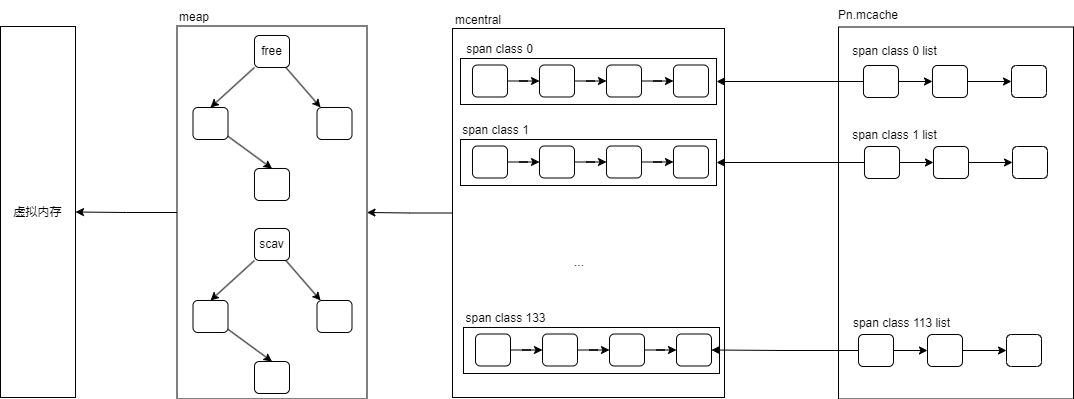
Before: go/golang内存分配模型.png, a diagram exported from draw.io (xmopen/drawio). Source tidied: cells renumbered, new cells last; positions are measured from the earlier drawing's top-left corner, leaving out a move shared by most shapes.
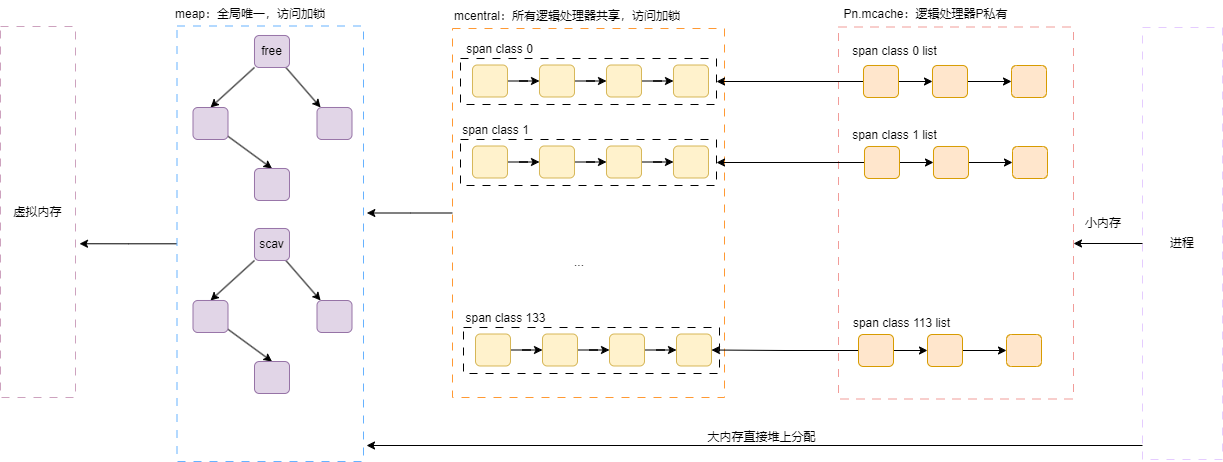
After the change.

Commit message:
更新golang内存分配模型.png

Diff of the diagram source:
```diff
@@ -2,14 +2,16 @@
   <root>
     <mxCell id="0" />
     <mxCell id="1" parent="0" />
-    <mxCell id="2" value="虚拟内存" style="rounded=0;whiteSpace=wrap;html=1;" parent="1" vertex="1">
+    <mxCell id="2" value="虚拟内存" style="rounded=0;whiteSpace=wrap;html=1;dashed=1;dashPattern=8 8;strokeColor=#CDA2BE;" parent="1" vertex="1">
       <mxGeometry y="26" width="75" height="371" as="geometry" />
     </mxCell>
-    <mxCell id="3" style="edgeStyle=orthogonalEdgeStyle;rounded=0;jettySize=auto;html=1;" parent="1" edge="1" source="4" target="2">
-      <mxGeometry relative="1" as="geometry" />
-    </mxCell>
+    <mxCell id="74" style="edgeStyle=orthogonalEdgeStyle;rounded=0;jettySize=auto;html=1;" parent="1" edge="1" source="4">
+      <mxGeometry relative="1" as="geometry">
+        <mxPoint x="79" y="243.2" as="targetPoint" />
+      </mxGeometry>
+    </mxCell>
-    <mxCell id="4" style="rounded=0;whiteSpace=wrap;html=1;" parent="1" vertex="1">
-      <mxGeometry x="176.5" y="25.5" width="190" height="373" as="geometry" />
+    <mxCell id="4" style="rounded=0;whiteSpace=wrap;html=1;dashed=1;dashPattern=8 8;strokeColor=#66B2FF;" parent="1" vertex="1">
+      <mxGeometry x="176.5" y="25.5" width="186.5" height="435.5" as="geometry" />
     </mxCell>
     <mxCell id="5" style="rounded=0;jettySize=auto;html=1;entryX=0.5;entryY=0;entryDx=0;entryDy=0;" parent="1" edge="1" source="7" target="9">
       <mxGeometry relative="1" as="geometry" />
@@ -17,19 +19,19 @@
     <mxCell id="6" style="rounded=0;jettySize=auto;html=1;" parent="1" edge="1" source="7" target="10">
       <mxGeometry relative="1" as="geometry" />
     </mxCell>
-    <mxCell id="7" value="free" style="rounded=1;whiteSpace=wrap;html=1;" parent="1" vertex="1">
+    <mxCell id="7" value="free" style="rounded=1;whiteSpace=wrap;html=1;fillColor=#e1d5e7;strokeColor=#9673a6;" parent="1" vertex="1">
       <mxGeometry x="254" y="35" width="35" height="32" as="geometry" />
     </mxCell>
     <mxCell id="8" style="rounded=0;jettySize=auto;html=1;entryX=0.5;entryY=0;entryDx=0;entryDy=0;" parent="1" edge="1" source="9" target="11">
       <mxGeometry relative="1" as="geometry" />
     </mxCell>
-    <mxCell id="9" style="rounded=1;whiteSpace=wrap;html=1;" parent="1" vertex="1">
+    <mxCell id="9" style="rounded=1;whiteSpace=wrap;html=1;fillColor=#e1d5e7;strokeColor=#9673a6;" parent="1" vertex="1">
       <mxGeometry x="192.5" y="107" width="35" height="32" as="geometry" />
     </mxCell>
-    <mxCell id="10" style="rounded=1;whiteSpace=wrap;html=1;" parent="1" vertex="1">
+    <mxCell id="10" style="rounded=1;whiteSpace=wrap;html=1;fillColor=#e1d5e7;strokeColor=#9673a6;" parent="1" vertex="1">
       <mxGeometry x="316.5" y="107" width="35" height="32" as="geometry" />
     </mxCell>
-    <mxCell id="11" style="rounded=1;whiteSpace=wrap;html=1;" parent="1" vertex="1">
+    <mxCell id="11" style="rounded=1;whiteSpace=wrap;html=1;fillColor=#e1d5e7;strokeColor=#9673a6;" parent="1" vertex="1">
       <mxGeometry x="254" y="168" width="35" height="32" as="geometry" />
     </mxCell>
     <mxCell id="12" style="rounded=0;jettySize=auto;html=1;entryX=0.5;entryY=0;entryDx=0;entryDy=0;" parent="1" edge="1" source="14" target="16">
@@ -38,103 +40,105 @@
     <mxCell id="13" style="rounded=0;jettySize=auto;html=1;" parent="1" edge="1" source="14" target="17">
       <mxGeometry relative="1" as="geometry" />
     </mxCell>
-    <mxCell id="14" value="scav" style="rounded=1;whiteSpace=wrap;html=1;" parent="1" vertex="1">
+    <mxCell id="14" value="scav" style="rounded=1;whiteSpace=wrap;html=1;fillColor=#e1d5e7;strokeColor=#9673a6;" parent="1" vertex="1">
       <mxGeometry x="254" y="228" width="35" height="32" as="geometry" />
     </mxCell>
     <mxCell id="15" style="rounded=0;jettySize=auto;html=1;entryX=0.5;entryY=0;entryDx=0;entryDy=0;" parent="1" edge="1" source="16" target="18">
       <mxGeometry relative="1" as="geometry" />
     </mxCell>
-    <mxCell id="16" style="rounded=1;whiteSpace=wrap;html=1;" parent="1" vertex="1">
+    <mxCell id="16" style="rounded=1;whiteSpace=wrap;html=1;fillColor=#e1d5e7;strokeColor=#9673a6;" parent="1" vertex="1">
       <mxGeometry x="192.5" y="300" width="35" height="32" as="geometry" />
     </mxCell>
-    <mxCell id="17" style="rounded=1;whiteSpace=wrap;html=1;" parent="1" vertex="1">
+    <mxCell id="17" style="rounded=1;whiteSpace=wrap;html=1;fillColor=#e1d5e7;strokeColor=#9673a6;" parent="1" vertex="1">
       <mxGeometry x="316.5" y="300" width="35" height="32" as="geometry" />
     </mxCell>
-    <mxCell id="18" style="rounded=1;whiteSpace=wrap;html=1;" parent="1" vertex="1">
+    <mxCell id="18" style="rounded=1;whiteSpace=wrap;html=1;fillColor=#e1d5e7;strokeColor=#9673a6;" parent="1" vertex="1">
       <mxGeometry x="254" y="361" width="35" height="32" as="geometry" />
     </mxCell>
-    <mxCell id="19" value="meap" style="text;html=1;strokeColor=none;fillColor=none;align=center;verticalAlign=middle;whiteSpace=wrap;rounded=0;" parent="1" vertex="1">
-      <mxGeometry x="164" y="2" width="60" height="30" as="geometry" />
+    <mxCell id="19" value="meap：全局唯一，访问加锁" style="text;html=1;strokeColor=none;fillColor=none;align=center;verticalAlign=middle;whiteSpace=wrap;rounded=0;" parent="1" vertex="1">
+      <mxGeometry x="171" y="5.5" width="158" height="16" as="geometry" />
     </mxCell>
-    <mxCell id="20" style="edgeStyle=orthogonalEdgeStyle;rounded=0;jettySize=auto;html=1;entryX=1;entryY=0.5;entryDx=0;entryDy=0;" parent="1" edge="1" source="21" target="4">
-      <mxGeometry relative="1" as="geometry" />
-    </mxCell>
+    <mxCell id="75" style="edgeStyle=orthogonalEdgeStyle;rounded=0;jettySize=auto;html=1;" parent="1" edge="1" source="21">
+      <mxGeometry relative="1" as="geometry">
+        <mxPoint x="366.3" y="212.5" as="targetPoint" />
+      </mxGeometry>
+    </mxCell>
-    <mxCell id="21" style="rounded=0;whiteSpace=wrap;html=1;" parent="1" vertex="1">
+    <mxCell id="21" style="rounded=0;whiteSpace=wrap;html=1;dashed=1;dashPattern=8 8;strokeColor=#FF9933;" parent="1" vertex="1">
       <mxGeometry x="452" y="28" width="272" height="369" as="geometry" />
     </mxCell>
-    <mxCell id="22" value="mcentral" style="text;html=1;strokeColor=none;fillColor=none;align=center;verticalAlign=middle;whiteSpace=wrap;rounded=0;" parent="1" vertex="1">
-      <mxGeometry x="448" y="5" width="60" height="30" as="geometry" />
+    <mxCell id="22" value="mcentral：所有逻辑处理器共享，访问加锁" style="text;html=1;strokeColor=none;fillColor=none;align=center;verticalAlign=middle;whiteSpace=wrap;rounded=0;" parent="1" vertex="1">
+      <mxGeometry x="448" y="5" width="238" height="21" as="geometry" />
     </mxCell>
-    <mxCell id="23" style="rounded=0;whiteSpace=wrap;html=1;" parent="1" vertex="1">
+    <mxCell id="23" style="rounded=0;whiteSpace=wrap;html=1;dashed=1;dashPattern=8 8;" parent="1" vertex="1">
       <mxGeometry x="460" y="58" width="256" height="46" as="geometry" />
     </mxCell>
     <mxCell id="24" style="edgeStyle=orthogonalEdgeStyle;rounded=0;jettySize=auto;html=1;entryX=0;entryY=0.5;entryDx=0;entryDy=0;" parent="1" edge="1" source="25" target="27">
       <mxGeometry relative="1" as="geometry" />
     </mxCell>
-    <mxCell id="25" style="rounded=1;whiteSpace=wrap;html=1;" parent="1" vertex="1">
+    <mxCell id="25" style="rounded=1;whiteSpace=wrap;html=1;fillColor=#fff2cc;strokeColor=#d6b656;" parent="1" vertex="1">
       <mxGeometry x="472" y="64.5" width="35" height="32" as="geometry" />
     </mxCell>
     <mxCell id="26" style="edgeStyle=orthogonalEdgeStyle;rounded=0;jettySize=auto;html=1;" parent="1" edge="1" source="27" target="29">
       <mxGeometry relative="1" as="geometry" />
     </mxCell>
-    <mxCell id="27" style="rounded=1;whiteSpace=wrap;html=1;" parent="1" vertex="1">
+    <mxCell id="27" style="rounded=1;whiteSpace=wrap;html=1;fillColor=#fff2cc;strokeColor=#d6b656;" parent="1" vertex="1">
       <mxGeometry x="539" y="64.5" width="35" height="32" as="geometry" />
     </mxCell>
     <mxCell id="28" style="edgeStyle=orthogonalEdgeStyle;rounded=0;jettySize=auto;html=1;" parent="1" edge="1" source="29" target="30">
       <mxGeometry relative="1" as="geometry" />
     </mxCell>
-    <mxCell id="29" style="rounded=1;whiteSpace=wrap;html=1;" parent="1" vertex="1">
+    <mxCell id="29" style="rounded=1;whiteSpace=wrap;html=1;fillColor=#fff2cc;strokeColor=#d6b656;" parent="1" vertex="1">
       <mxGeometry x="606" y="64.5" width="35" height="32" as="geometry" />
     </mxCell>
-    <mxCell id="30" style="rounded=1;whiteSpace=wrap;html=1;" parent="1" vertex="1">
+    <mxCell id="30" style="rounded=1;whiteSpace=wrap;html=1;fillColor=#fff2cc;strokeColor=#d6b656;" parent="1" vertex="1">
       <mxGeometry x="673" y="64.5" width="35" height="32" as="geometry" />
     </mxCell>
-    <mxCell id="31" style="rounded=0;whiteSpace=wrap;html=1;" parent="1" vertex="1">
+    <mxCell id="31" style="rounded=0;whiteSpace=wrap;html=1;dashed=1;dashPattern=8 8;" parent="1" vertex="1">
       <mxGeometry x="460" y="139" width="256" height="46" as="geometry" />
     </mxCell>
     <mxCell id="32" style="edgeStyle=orthogonalEdgeStyle;rounded=0;jettySize=auto;html=1;entryX=0;entryY=0.5;entryDx=0;entryDy=0;" parent="1" edge="1" source="33" target="35">
       <mxGeometry relative="1" as="geometry" />
     </mxCell>
-    <mxCell id="33" style="rounded=1;whiteSpace=wrap;html=1;" parent="1" vertex="1">
+    <mxCell id="33" style="rounded=1;whiteSpace=wrap;html=1;fillColor=#fff2cc;strokeColor=#d6b656;" parent="1" vertex="1">
       <mxGeometry x="472" y="145.5" width="35" height="32" as="geometry" />
     </mxCell>
     <mxCell id="34" style="edgeStyle=orthogonalEdgeStyle;rounded=0;jettySize=auto;html=1;" parent="1" edge="1" source="35" target="37">
       <mxGeometry relative="1" as="geometry" />
     </mxCell>
-    <mxCell id="35" style="rounded=1;whiteSpace=wrap;html=1;" parent="1" vertex="1">
+    <mxCell id="35" style="rounded=1;whiteSpace=wrap;html=1;fillColor=#fff2cc;strokeColor=#d6b656;" parent="1" vertex="1">
       <mxGeometry x="539" y="145.5" width="35" height="32" as="geometry" />
     </mxCell>
     <mxCell id="36" style="edgeStyle=orthogonalEdgeStyle;rounded=0;jettySize=auto;html=1;" parent="1" edge="1" source="37" target="38">
       <mxGeometry relative="1" as="geometry" />
     </mxCell>
-    <mxCell id="37" style="rounded=1;whiteSpace=wrap;html=1;" parent="1" vertex="1">
+    <mxCell id="37" style="rounded=1;whiteSpace=wrap;html=1;fillColor=#fff2cc;strokeColor=#d6b656;" parent="1" vertex="1">
       <mxGeometry x="606" y="145.5" width="35" height="32" as="geometry" />
     </mxCell>
-    <mxCell id="38" style="rounded=1;whiteSpace=wrap;html=1;" parent="1" vertex="1">
+    <mxCell id="38" style="rounded=1;whiteSpace=wrap;html=1;fillColor=#fff2cc;strokeColor=#d6b656;" parent="1" vertex="1">
       <mxGeometry x="673" y="145.5" width="35" height="32" as="geometry" />
     </mxCell>
-    <mxCell id="39" style="rounded=0;whiteSpace=wrap;html=1;" parent="1" vertex="1">
+    <mxCell id="39" style="rounded=0;whiteSpace=wrap;html=1;dashed=1;dashPattern=8 8;" parent="1" vertex="1">
       <mxGeometry x="463" y="327" width="256" height="46" as="geometry" />
     </mxCell>
     <mxCell id="40" style="edgeStyle=orthogonalEdgeStyle;rounded=0;jettySize=auto;html=1;entryX=0;entryY=0.5;entryDx=0;entryDy=0;" parent="1" edge="1" source="41" target="43">
       <mxGeometry relative="1" as="geometry" />
     </mxCell>
-    <mxCell id="41" style="rounded=1;whiteSpace=wrap;html=1;" parent="1" vertex="1">
+    <mxCell id="41" style="rounded=1;whiteSpace=wrap;html=1;fillColor=#fff2cc;strokeColor=#d6b656;" parent="1" vertex="1">
       <mxGeometry x="475" y="333.5" width="35" height="32" as="geometry" />
     </mxCell>
     <mxCell id="42" style="edgeStyle=orthogonalEdgeStyle;rounded=0;jettySize=auto;html=1;" parent="1" edge="1" source="43" target="45">
       <mxGeometry relative="1" as="geometry" />
     </mxCell>
-    <mxCell id="43" style="rounded=1;whiteSpace=wrap;html=1;" parent="1" vertex="1">
+    <mxCell id="43" style="rounded=1;whiteSpace=wrap;html=1;fillColor=#fff2cc;strokeColor=#d6b656;" parent="1" vertex="1">
       <mxGeometry x="542" y="333.5" width="35" height="32" as="geometry" />
     </mxCell>
     <mxCell id="44" style="edgeStyle=orthogonalEdgeStyle;rounded=0;jettySize=auto;html=1;" parent="1" edge="1" source="45" target="46">
       <mxGeometry relative="1" as="geometry" />
     </mxCell>
-    <mxCell id="45" style="rounded=1;whiteSpace=wrap;html=1;" parent="1" vertex="1">
+    <mxCell id="45" style="rounded=1;whiteSpace=wrap;html=1;fillColor=#fff2cc;strokeColor=#d6b656;" parent="1" vertex="1">
       <mxGeometry x="609" y="333.5" width="35" height="32" as="geometry" />
     </mxCell>
-    <mxCell id="46" style="rounded=1;whiteSpace=wrap;html=1;" parent="1" vertex="1">
+    <mxCell id="46" style="rounded=1;whiteSpace=wrap;html=1;fillColor=#fff2cc;strokeColor=#d6b656;" parent="1" vertex="1">
       <mxGeometry x="676" y="333.5" width="35" height="32" as="geometry" />
     </mxCell>
     <mxCell id="47" value="..." style="text;html=1;strokeColor=none;fillColor=none;align=center;verticalAlign=middle;whiteSpace=wrap;rounded=0;" parent="1" vertex="1">
@@ -149,11 +153,11 @@
     <mxCell id="50" value="span class 1" style="text;html=1;strokeColor=none;fillColor=none;align=center;verticalAlign=middle;whiteSpace=wrap;rounded=0;" parent="1" vertex="1">
       <mxGeometry x="446" y="120" width="99" height="19" as="geometry" />
     </mxCell>
-    <mxCell id="51" style="rounded=0;whiteSpace=wrap;html=1;" parent="1" vertex="1">
+    <mxCell id="51" style="rounded=0;whiteSpace=wrap;html=1;dashed=1;dashPattern=8 8;strokeColor=#F19C99;" parent="1" vertex="1">
       <mxGeometry x="838" y="26.5" width="235" height="372" as="geometry" />
     </mxCell>
-    <mxCell id="52" value="Pn.mcache" style="text;html=1;strokeColor=none;fillColor=none;align=center;verticalAlign=middle;whiteSpace=wrap;rounded=0;" parent="1" vertex="1">
-      <mxGeometry x="838" width="60" height="30" as="geometry" />
+    <mxCell id="52" value="Pn.mcache：逻辑处理器P私有" style="text;html=1;strokeColor=none;fillColor=none;align=center;verticalAlign=middle;whiteSpace=wrap;rounded=0;" parent="1" vertex="1">
+      <mxGeometry x="838" width="175" height="27" as="geometry" />
     </mxCell>
     <mxCell id="53" style="edgeStyle=orthogonalEdgeStyle;rounded=0;jettySize=auto;html=1;" parent="1" edge="1" source="55" target="57">
       <mxGeometry relative="1" as="geometry" />
@@ -161,16 +165,16 @@
     <mxCell id="54" style="edgeStyle=orthogonalEdgeStyle;rounded=0;jettySize=auto;html=1;entryX=1;entryY=0.5;entryDx=0;entryDy=0;" parent="1" edge="1" source="55" target="23">
       <mxGeometry relative="1" as="geometry" />
     </mxCell>
-    <mxCell id="55" style="rounded=1;whiteSpace=wrap;html=1;" parent="1" vertex="1">
+    <mxCell id="55" style="rounded=1;whiteSpace=wrap;html=1;fillColor=#ffe6cc;strokeColor=#d79b00;" parent="1" vertex="1">
       <mxGeometry x="863" y="65" width="35" height="32" as="geometry" />
     </mxCell>
     <mxCell id="56" style="edgeStyle=orthogonalEdgeStyle;rounded=0;jettySize=auto;html=1;entryX=0;entryY=0.5;entryDx=0;entryDy=0;" parent="1" edge="1" source="57" target="58">
       <mxGeometry relative="1" as="geometry" />
     </mxCell>
-    <mxCell id="57" style="rounded=1;whiteSpace=wrap;html=1;" parent="1" vertex="1">
+    <mxCell id="57" style="rounded=1;whiteSpace=wrap;html=1;fillColor=#ffe6cc;strokeColor=#d79b00;" parent="1" vertex="1">
       <mxGeometry x="932" y="65" width="35" height="32" as="geometry" />
     </mxCell>
-    <mxCell id="58" style="rounded=1;whiteSpace=wrap;html=1;" parent="1" vertex="1">
+    <mxCell id="58" style="rounded=1;whiteSpace=wrap;html=1;fillColor=#ffe6cc;strokeColor=#d79b00;" parent="1" vertex="1">
       <mxGeometry x="1011" y="65" width="35" height="32" as="geometry" />
     </mxCell>
     <mxCell id="59" style="edgeStyle=orthogonalEdgeStyle;rounded=0;jettySize=auto;html=1;" parent="1" edge="1" source="61" target="63">
@@ -179,16 +183,16 @@
     <mxCell id="60" style="edgeStyle=orthogonalEdgeStyle;rounded=0;jettySize=auto;html=1;entryX=1;entryY=0.5;entryDx=0;entryDy=0;" parent="1" edge="1" source="61" target="31">
       <mxGeometry relative="1" as="geometry" />
     </mxCell>
-    <mxCell id="61" style="rounded=1;whiteSpace=wrap;html=1;" parent="1" vertex="1">
+    <mxCell id="61" style="rounded=1;whiteSpace=wrap;html=1;fillColor=#ffe6cc;strokeColor=#d79b00;" parent="1" vertex="1">
       <mxGeometry x="864" y="146" width="35" height="32" as="geometry" />
     </mxCell>
     <mxCell id="62" style="edgeStyle=orthogonalEdgeStyle;rounded=0;jettySize=auto;html=1;entryX=0;entryY=0.5;entryDx=0;entryDy=0;" parent="1" edge="1" source="63" target="64">
       <mxGeometry relative="1" as="geometry" />
     </mxCell>
-    <mxCell id="63" style="rounded=1;whiteSpace=wrap;html=1;" parent="1" vertex="1">
+    <mxCell id="63" style="rounded=1;whiteSpace=wrap;html=1;fillColor=#ffe6cc;strokeColor=#d79b00;" parent="1" vertex="1">
       <mxGeometry x="933" y="146" width="35" height="32" as="geometry" />
     </mxCell>
-    <mxCell id="64" style="rounded=1;whiteSpace=wrap;html=1;" parent="1" vertex="1">
+    <mxCell id="64" style="rounded=1;whiteSpace=wrap;html=1;fillColor=#ffe6cc;strokeColor=#d79b00;" parent="1" vertex="1">
       <mxGeometry x="1012" y="146" width="35" height="32" as="geometry" />
     </mxCell>
     <mxCell id="65" style="edgeStyle=orthogonalEdgeStyle;rounded=0;jettySize=auto;html=1;" parent="1" edge="1" source="67" target="69">
@@ -197,16 +201,16 @@
     <mxCell id="66" style="edgeStyle=orthogonalEdgeStyle;rounded=0;jettySize=auto;html=1;" parent="1" edge="1" source="67" target="46">
       <mxGeometry relative="1" as="geometry" />
     </mxCell>
-    <mxCell id="67" style="rounded=1;whiteSpace=wrap;html=1;" parent="1" vertex="1">
+    <mxCell id="67" style="rounded=1;whiteSpace=wrap;html=1;fillColor=#ffe6cc;strokeColor=#d79b00;" parent="1" vertex="1">
       <mxGeometry x="858" y="334" width="35" height="32" as="geometry" />
     </mxCell>
     <mxCell id="68" style="edgeStyle=orthogonalEdgeStyle;rounded=0;jettySize=auto;html=1;entryX=0;entryY=0.5;entryDx=0;entryDy=0;" parent="1" edge="1" source="69" target="70">
       <mxGeometry relative="1" as="geometry" />
     </mxCell>
-    <mxCell id="69" style="rounded=1;whiteSpace=wrap;html=1;" parent="1" vertex="1">
+    <mxCell id="69" style="rounded=1;whiteSpace=wrap;html=1;fillColor=#ffe6cc;strokeColor=#d79b00;" parent="1" vertex="1">
       <mxGeometry x="927" y="334" width="35" height="32" as="geometry" />
     </mxCell>
-    <mxCell id="70" style="rounded=1;whiteSpace=wrap;html=1;" parent="1" vertex="1">
+    <mxCell id="70" style="rounded=1;whiteSpace=wrap;html=1;fillColor=#ffe6cc;strokeColor=#d79b00;" parent="1" vertex="1">
       <mxGeometry x="1006" y="334" width="35" height="32" as="geometry" />
     </mxCell>
     <mxCell id="71" value="span class 0 list" style="text;html=1;strokeColor=none;fillColor=none;align=center;verticalAlign=middle;whiteSpace=wrap;rounded=0;" parent="1" vertex="1">
@@ -218,5 +222,23 @@
     <mxCell id="73" value="span class 113 list" style="text;html=1;strokeColor=none;fillColor=none;align=center;verticalAlign=middle;whiteSpace=wrap;rounded=0;" parent="1" vertex="1">
       <mxGeometry x="850" y="313" width="103" height="20" as="geometry" />
     </mxCell>
+    <mxCell id="76" value="进程" style="rounded=0;whiteSpace=wrap;html=1;dashed=1;dashPattern=8 8;strokeColor=#E5CCFF;" parent="1" vertex="1">
+      <mxGeometry x="1142" y="27" width="80" height="432" as="geometry" />
+    </mxCell>
+    <mxCell id="77" style="endArrow=classic;html=1;rounded=0;" parent="1" edge="1">
+      <mxGeometry relative="1" as="geometry">
+        <mxPoint x="1142" y="445" as="sourcePoint" />
+        <mxPoint x="366" y="445" as="targetPoint" />
+      </mxGeometry>
+    </mxCell>
+    <mxCell id="78" value="大内存直接堆上分配" style="text;html=1;strokeColor=none;fillColor=none;align=center;verticalAlign=middle;whiteSpace=wrap;rounded=0;" parent="1" vertex="1">
+      <mxGeometry x="704" y="427" width="115" height="19" as="geometry" />
+    </mxCell>
+    <mxCell id="79" style="edgeStyle=orthogonalEdgeStyle;rounded=0;jettySize=auto;html=1;entryX=1;entryY=0.582;entryDx=0;entryDy=0;entryPerimeter=0;" parent="1" edge="1" source="76" target="51">
+      <mxGeometry relative="1" as="geometry" />
+    </mxCell>
+    <mxCell id="80" value="小内存" style="text;html=1;strokeColor=none;fillColor=none;align=center;verticalAlign=middle;whiteSpace=wrap;rounded=0;" parent="1" vertex="1">
+      <mxGeometry x="1073" y="208" width="60" height="30" as="geometry" />
+    </mxCell>
   </root>
 </mxGraphModel>
```
